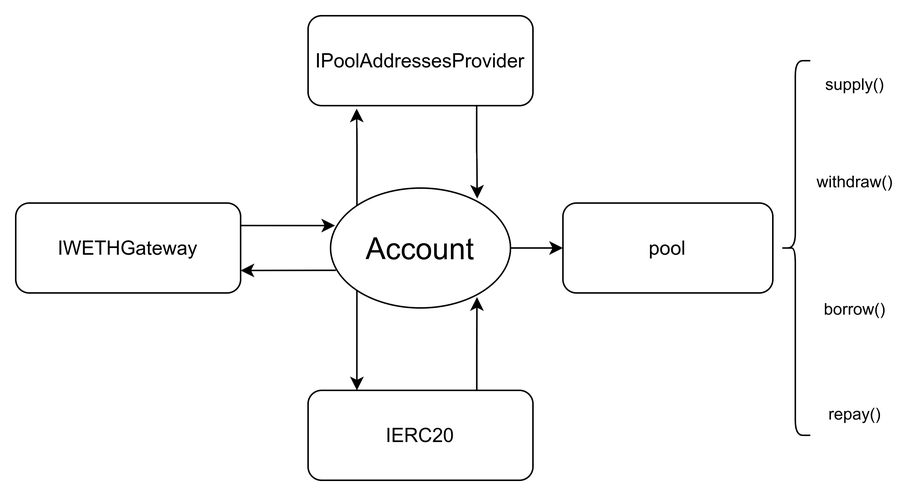
Before: thesis_latex/images/interactionSC.png, a diagram exported from draw.io (cito-lito/ba_thesis). Source tidied: cells renumbered, new cells last; positions are measured from the earlier drawing's top-left corner, leaving out a move shared by most shapes.
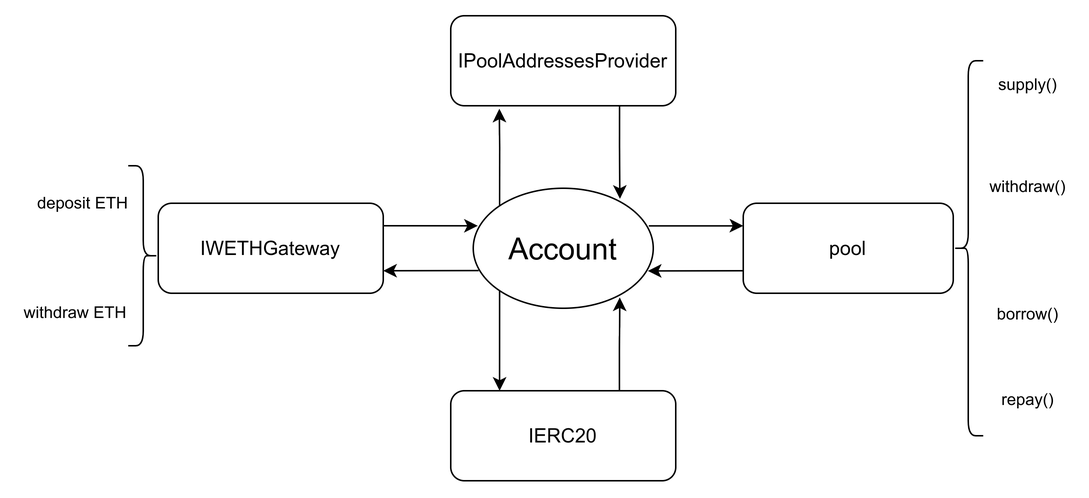
The same file after the commit.

What changed in the source:
```diff
@@ -6,14 +6,11 @@
       <mxGeometry relative="1" as="geometry" />
     </mxCell>
     <mxCell id="3" value="&lt;font style=&quot;font-size: 13px;&quot;&gt;IPoolAddressesProvider&lt;/font&gt;" style="rounded=1;whiteSpace=wrap;html=1;" parent="1" vertex="1">
-      <mxGeometry x="195" width="150" height="60" as="geometry" />
+      <mxGeometry x="265" width="150" height="60" as="geometry" />
     </mxCell>
     <mxCell id="4" value="&lt;font style=&quot;font-size: 13px;&quot;&gt;pool&lt;/font&gt;" style="rounded=1;whiteSpace=wrap;html=1;" parent="1" vertex="1">
-      <mxGeometry x="365" y="125" width="140" height="60" as="geometry" />
+      <mxGeometry x="460" y="125" width="140" height="60" as="geometry" />
     </mxCell>
-    <mxCell id="5" style="edgeStyle=orthogonalEdgeStyle;rounded=0;jettySize=auto;html=1;exitX=1;exitY=0.5;exitDx=0;exitDy=0;entryX=0;entryY=0.5;entryDx=0;entryDy=0;fontSize=13;" parent="1" edge="1" source="8" target="4">
-      <mxGeometry relative="1" as="geometry" />
-    </mxCell>
     <mxCell id="6" style="edgeStyle=orthogonalEdgeStyle;rounded=0;jettySize=auto;html=1;exitX=0;exitY=0;exitDx=0;exitDy=0;entryX=0.216;entryY=1.033;entryDx=0;entryDy=0;entryPerimeter=0;fontSize=10;" parent="1" edge="1" source="8" target="3">
       <mxGeometry relative="1" as="geometry" />
     </mxCell>
@@ -21,37 +18,62 @@
       <mxGeometry relative="1" as="geometry" />
     </mxCell>
     <mxCell id="8" value="&lt;font style=&quot;font-size: 20px;&quot;&gt;Account&lt;/font&gt;" style="ellipse;whiteSpace=wrap;html=1;fontSize=23;" parent="1" vertex="1">
-      <mxGeometry x="210" y="115" width="120" height="80" as="geometry" />
+      <mxGeometry x="280" y="115" width="120" height="80" as="geometry" />
     </mxCell>
     <mxCell id="9" style="edgeStyle=orthogonalEdgeStyle;rounded=0;jettySize=auto;html=1;exitX=0.75;exitY=0;exitDx=0;exitDy=0;fontSize=10;entryX=0.814;entryY=0.91;entryDx=0;entryDy=0;entryPerimeter=0;" parent="1" edge="1" source="10" target="8">
       <mxGeometry relative="1" as="geometry" />
     </mxCell>
     <mxCell id="10" value="&lt;font style=&quot;font-size: 13px;&quot;&gt;IERC20&lt;/font&gt;" style="rounded=1;whiteSpace=wrap;html=1;" parent="1" vertex="1">
-      <mxGeometry x="195" y="250" width="150" height="60" as="geometry" />
+      <mxGeometry x="265" y="250" width="150" height="60" as="geometry" />
     </mxCell>
     <mxCell id="11" value="&lt;font style=&quot;font-size: 11px;&quot;&gt;supply()&lt;/font&gt;" style="text;html=1;strokeColor=none;fillColor=none;align=center;verticalAlign=middle;whiteSpace=wrap;rounded=0;fontSize=13;" parent="1" vertex="1">
-      <mxGeometry x="530" y="30" width="60" height="30" as="geometry" />
+      <mxGeometry x="620" y="30" width="60" height="30" as="geometry" />
     </mxCell>
     <mxCell id="12" value="&lt;font style=&quot;font-size: 11px;&quot;&gt;withdraw()&lt;/font&gt;" style="text;html=1;strokeColor=none;fillColor=none;align=center;verticalAlign=middle;whiteSpace=wrap;rounded=0;fontSize=13;" parent="1" vertex="1">
-      <mxGeometry x="530" y="95" width="60" height="30" as="geometry" />
+      <mxGeometry x="620" y="97.5" width="60" height="30" as="geometry" />
     </mxCell>
     <mxCell id="13" value="&lt;font style=&quot;font-size: 11px;&quot;&gt;borrow()&lt;/font&gt;" style="text;html=1;strokeColor=none;fillColor=none;align=center;verticalAlign=middle;whiteSpace=wrap;rounded=0;fontSize=13;" parent="1" vertex="1">
-      <mxGeometry x="530" y="180" width="60" height="30" as="geometry" />
+      <mxGeometry x="620" y="182.5" width="60" height="30" as="geometry" />
     </mxCell>
     <mxCell id="14" value="&lt;font style=&quot;font-size: 11px;&quot;&gt;repay()&lt;/font&gt;" style="text;html=1;strokeColor=none;fillColor=none;align=center;verticalAlign=middle;whiteSpace=wrap;rounded=0;fontSize=13;" parent="1" vertex="1">
-      <mxGeometry x="530" y="250" width="60" height="30" as="geometry" />
+      <mxGeometry x="620" y="240" width="60" height="30" as="geometry" />
     </mxCell>
     <mxCell id="15" style="edgeStyle=orthogonalEdgeStyle;rounded=0;jettySize=auto;html=1;exitX=1;exitY=0.25;exitDx=0;exitDy=0;entryX=0.025;entryY=0.313;entryDx=0;entryDy=0;entryPerimeter=0;fontSize=13;" parent="1" edge="1" source="16" target="8">
       <mxGeometry relative="1" as="geometry" />
     </mxCell>
     <mxCell id="16" value="&lt;font style=&quot;font-size: 13px;&quot;&gt;IWETHGateway&lt;/font&gt;" style="rounded=1;whiteSpace=wrap;html=1;" parent="1" vertex="1">
-      <mxGeometry y="125" width="150" height="60" as="geometry" />
+      <mxGeometry x="70" y="125" width="150" height="60" as="geometry" />
     </mxCell>
     <mxCell id="17" style="endArrow=classic;html=1;rounded=0;fontSize=13;exitX=0.03;exitY=0.686;exitDx=0;exitDy=0;exitPerimeter=0;entryX=1;entryY=0.75;entryDx=0;entryDy=0;" parent="1" edge="1" source="8" target="16">
       <mxGeometry relative="1" as="geometry" />
     </mxCell>
     <mxCell id="18" style="shape=curlyBracket;whiteSpace=wrap;html=1;rounded=1;fontSize=16;" parent="1" vertex="1">
-      <mxGeometry x="510" y="30" width="20" height="250" as="geometry" />
+      <mxGeometry x="600" y="30" width="20" height="250" as="geometry" />
     </mxCell>
+    <mxCell id="19" style="edgeStyle=orthogonalEdgeStyle;rounded=0;orthogonalLoop=1;jettySize=auto;html=1;exitX=1;exitY=0.25;exitDx=0;exitDy=0;entryX=0.025;entryY=0.313;entryDx=0;entryDy=0;entryPerimeter=0;fontSize=13;" parent="1" edge="1">
+      <mxGeometry relative="1" as="geometry">
+        <mxPoint x="397" y="140" as="sourcePoint" />
+        <mxPoint x="460" y="140.1" as="targetPoint" />
+        <Array as="points">
+          <mxPoint x="457" y="140" />
+          <mxPoint x="457" y="140" />
+        </Array>
+      </mxGeometry>
+    </mxCell>
+    <mxCell id="20" style="endArrow=classic;html=1;rounded=0;fontSize=13;exitX=0.03;exitY=0.686;exitDx=0;exitDy=0;exitPerimeter=0;entryX=1;entryY=0.75;entryDx=0;entryDy=0;" parent="1" edge="1">
+      <mxGeometry relative="1" as="geometry">
+        <mxPoint x="460" y="170" as="sourcePoint" />
+        <mxPoint x="396.4" y="170.1" as="targetPoint" />
+      </mxGeometry>
+    </mxCell>
+    <mxCell id="21" style="shape=curlyBracket;whiteSpace=wrap;html=1;rounded=1;flipH=1;" parent="1" vertex="1">
+      <mxGeometry x="50" y="100" width="20" height="120" as="geometry" />
+    </mxCell>
+    <mxCell id="22" value="&lt;font style=&quot;font-size: 11px;&quot;&gt;deposit ETH&lt;/font&gt;" style="text;html=1;strokeColor=none;fillColor=none;align=center;verticalAlign=middle;whiteSpace=wrap;rounded=0;" parent="1" vertex="1">
+      <mxGeometry x="-15" y="110" width="70" height="30" as="geometry" />
+    </mxCell>
+    <mxCell id="23" value="&lt;font style=&quot;font-size: 11px;&quot;&gt;withdraw ETH&lt;/font&gt;" style="text;html=1;strokeColor=none;fillColor=none;align=center;verticalAlign=middle;whiteSpace=wrap;rounded=0;" parent="1" vertex="1">
+      <mxGeometry x="-25" y="182.5" width="80" height="30" as="geometry" />
+    </mxCell>
   </root>
 </mxGraphModel>
```
